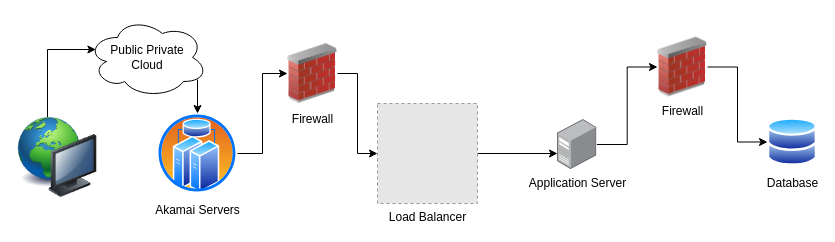
This is Untitled Diagram.drawio from ziaul-farooqui/regulatoryu, a draw.io file, before an edit. Source tidied: cells renumbered, new cells numbered last; positions are measured from the earlier drawing's top-left corner, leaving out a move shared by most shapes. Both pictures are drawn from the tidied source at 100%, with x=0, y=0 at pixel (17, 17). Pictures stored in the file or linked from it are replaced by grey dashed boxes.
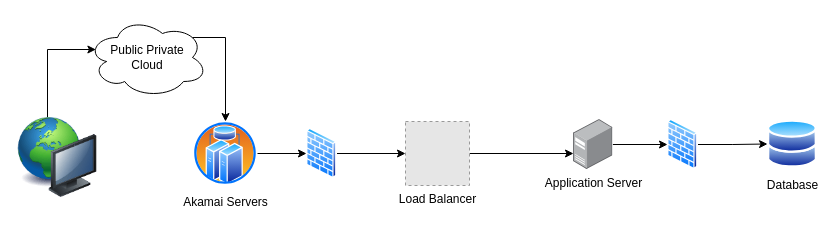
Above is the later version.

Diff of the diagram source:
```diff
@@
 <mxGraphModel>
   <root>
     <mxCell id="0" />
     <mxCell id="1" parent="0" />
-    <mxCell id="2" style="edgeStyle=orthogonalEdgeStyle;rounded=0;jettySize=auto;html=1;entryX=0;entryY=0.5;entryDx=0;entryDy=0;" parent="1" edge="1" source="3" target="16">
+    <mxCell id="2" style="edgeStyle=orthogonalEdgeStyle;rounded=0;jettySize=auto;html=1;entryX=0;entryY=0.5;entryDx=0;entryDy=0;" parent="1" edge="1" source="3" target="18">
       <mxGeometry relative="1" as="geometry" />
     </mxCell>
     <mxCell id="3" value="Application Server" style="image;points=[];html=1;align=center;shadow=0;dashed=0;image=img/lib/allied_telesis/computer_and_terminals/Server_Desktop.svg;" parent="1" vertex="1">
-      <mxGeometry x="540" y="102" width="39.4" height="50" as="geometry" />
+      <mxGeometry x="556" y="102" width="39.4" height="50" as="geometry" />
     </mxCell>
     <mxCell id="4" value="Database" style="image;perimeter=ellipsePerimeter;html=1;align=center;shadow=0;dashed=0;spacingTop=3;image=img/lib/active_directory/databases.svg;" parent="1" vertex="1">
-      <mxGeometry x="750" y="100" width="50" height="49" as="geometry" />
+      <mxGeometry x="750" y="102" width="50" height="49" as="geometry" />
     </mxCell>
     <mxCell id="5" style="edgeStyle=orthogonalEdgeStyle;rounded=0;jettySize=auto;html=1;entryX=0;entryY=0.68;entryDx=0;entryDy=0;entryPerimeter=0;" parent="1" edge="1" source="6" target="3">
       <mxGeometry relative="1" as="geometry" />
     </mxCell>
     <mxCell id="6" value="Load Balancer" style="fillColor=#E6E6E6;strokeColor=#999999;dashed=1;html=1;verticalAlign=top;verticalLabelPosition=bottom;labelBackgroundColor=#ffffff;" parent="1" vertex="1">
-      <mxGeometry x="360" y="86" width="100" height="100" as="geometry" />
+      <mxGeometry x="388" y="104" width="64" height="64" as="geometry" />
     </mxCell>
-    <mxCell id="7" style="edgeStyle=orthogonalEdgeStyle;rounded=0;jettySize=auto;html=1;entryX=0;entryY=0.5;entryDx=0;entryDy=0;" parent="1" edge="1" source="8" target="14">
+    <mxCell id="7" style="edgeStyle=orthogonalEdgeStyle;rounded=0;jettySize=auto;html=1;entryX=0;entryY=0.5;entryDx=0;entryDy=0;" parent="1" edge="1" source="8" target="17">
       <mxGeometry relative="1" as="geometry" />
     </mxCell>
     <mxCell id="8" value="Akamai Servers" style="image;perimeter=ellipsePerimeter;html=1;align=center;shadow=0;dashed=0;spacingTop=3;image=img/lib/active_directory/cluster_server.svg;" parent="1" vertex="1">
-      <mxGeometry x="140" y="96" width="80" height="80" as="geometry" />
+      <mxGeometry x="176" y="104" width="64" height="64" as="geometry" />
     </mxCell>
     <mxCell id="9" style="edgeStyle=orthogonalEdgeStyle;rounded=0;jettySize=auto;html=1;entryX=0.07;entryY=0.4;entryDx=0;entryDy=0;entryPerimeter=0;" parent="1" edge="1" source="10" target="12">
       <mxGeometry relative="1" as="geometry">
         <Array as="points">
           <mxPoint x="30" y="32" />
         </Array>
       </mxGeometry>
     </mxCell>
     <mxCell id="10" style="image;html=1;image=img/lib/clip_art/computers/Network_128x128.png;" parent="1" vertex="1">
       <mxGeometry y="100" width="80" height="80" as="geometry" />
     </mxCell>
-    <mxCell id="11" style="edgeStyle=orthogonalEdgeStyle;rounded=0;jettySize=auto;html=1;entryX=0.5;entryY=0;entryDx=0;entryDy=0;" parent="1" edge="1" source="12" target="8">
+    <mxCell id="11" style="edgeStyle=orthogonalEdgeStyle;rounded=0;jettySize=auto;html=1;entryX=0.5;entryY=0;entryDx=0;entryDy=0;exitX=0.875;exitY=0.5;exitDx=0;exitDy=0;exitPerimeter=0;" parent="1" edge="1" source="12" target="8">
       <mxGeometry relative="1" as="geometry">
         <Array as="points">
-          <mxPoint x="180" y="80" />
-          <mxPoint x="180" y="80" />
+          <mxPoint x="175" y="20" />
+          <mxPoint x="208" y="20" />
         </Array>
       </mxGeometry>
     </mxCell>
     <mxCell id="12" value="Public Private&lt;br&gt;Cloud" style="ellipse;shape=cloud;whiteSpace=wrap;html=1;" parent="1" vertex="1">
       <mxGeometry x="70" width="120" height="80" as="geometry" />
     </mxCell>
-    <mxCell id="13" style="edgeStyle=orthogonalEdgeStyle;rounded=0;jettySize=auto;html=1;entryX=0;entryY=0.5;entryDx=0;entryDy=0;" parent="1" edge="1" source="14" target="6">
+    <mxCell id="13" style="edgeStyle=orthogonalEdgeStyle;rounded=0;jettySize=auto;html=1;entryX=0;entryY=0.5;entryDx=0;entryDy=0;exitX=1;exitY=0.5;exitDx=0;exitDy=0;" parent="1" edge="1" source="17" target="6">
       <mxGeometry relative="1" as="geometry" />
     </mxCell>
-    <mxCell id="14" value="Firewall" style="image;html=1;image=img/lib/clip_art/networking/Firewall_02_128x128.png;" parent="1" vertex="1">
-      <mxGeometry x="270" y="24" width="50" height="64" as="geometry" />
-    </mxCell>
-    <mxCell id="15" style="edgeStyle=orthogonalEdgeStyle;rounded=0;jettySize=auto;html=1;entryX=0;entryY=0.5;entryDx=0;entryDy=0;" parent="1" edge="1" source="16" target="4">
+    <mxCell id="15" style="edgeStyle=orthogonalEdgeStyle;rounded=0;jettySize=auto;html=1;entryX=0;entryY=0.5;entryDx=0;entryDy=0;exitX=1;exitY=0.5;exitDx=0;exitDy=0;" parent="1" edge="1" source="18" target="4">
       <mxGeometry relative="1" as="geometry" />
     </mxCell>
-    <mxCell id="16" value="Firewall" style="image;html=1;image=img/lib/clip_art/networking/Firewall_02_128x128.png;" parent="1" vertex="1">
-      <mxGeometry x="640" y="19" width="50" height="61" as="geometry" />
-    </mxCell>
+    <mxCell id="17" style="image;perimeter=ellipsePerimeter;html=1;align=center;shadow=0;dashed=0;spacingTop=3;image=img/lib/active_directory/firewall.svg;" parent="1" vertex="1">
+      <mxGeometry x="289" y="111" width="30.5" height="50" as="geometry" />
+    </mxCell>
+    <mxCell id="18" style="image;perimeter=ellipsePerimeter;html=1;align=center;shadow=0;dashed=0;spacingTop=3;image=img/lib/active_directory/firewall.svg;" parent="1" vertex="1">
+      <mxGeometry x="650" y="102" width="30.5" height="50" as="geometry" />
+    </mxCell>
   </root>
 </mxGraphModel>
```
